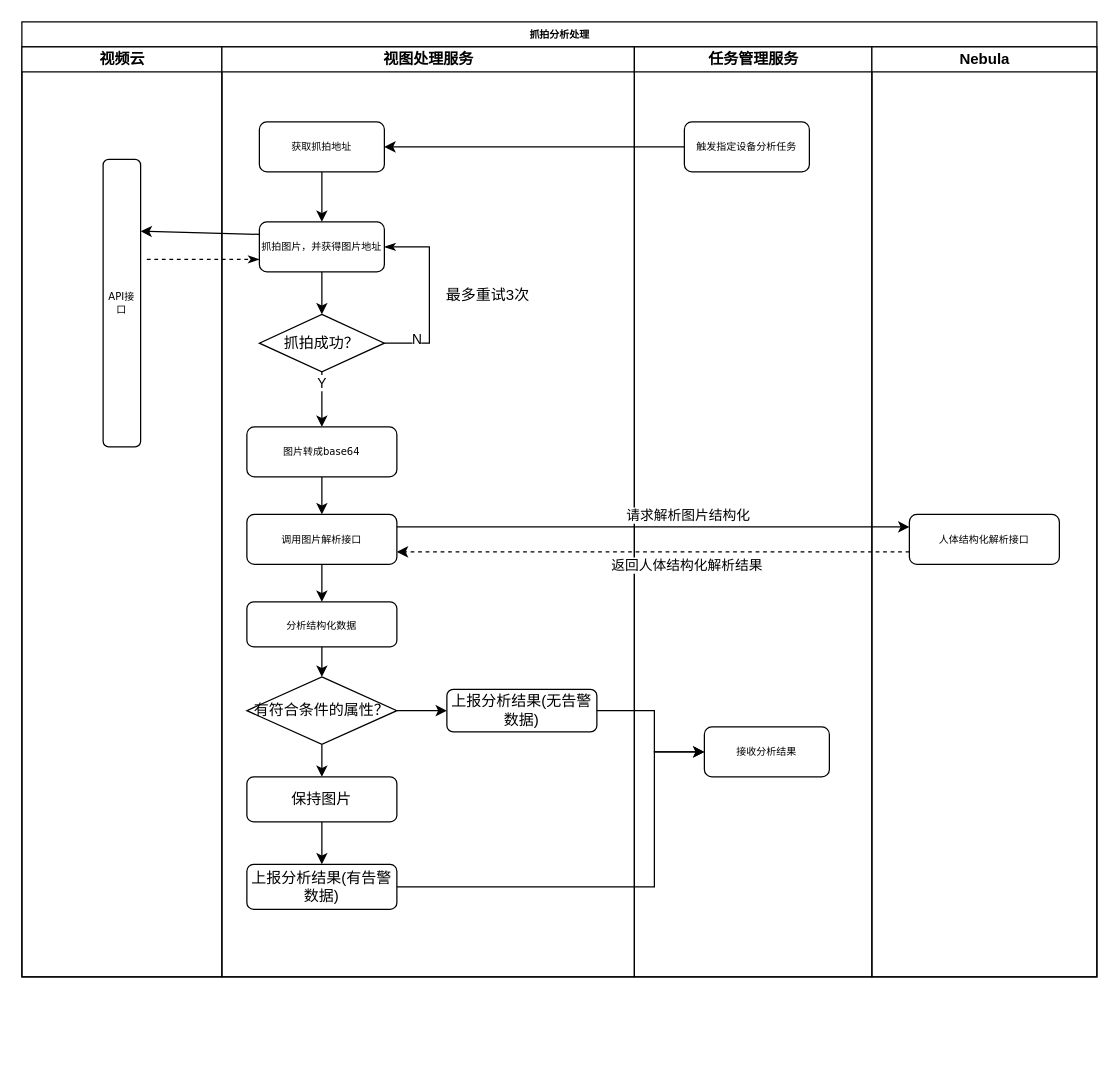
The draw.io diagram page "抓拍分析方案1" (5 of 6) of 设备管理ER图.drawio in liushubao0109/drawio, before the edit. Source tidied: cells renumbered, new cells numbered last; positions are measured from the earlier drawing's top-left corner, leaving out a move shared by most shapes. Both pictures are drawn from the tidied source at 125%, with x=0, y=0 at pixel (21, 21).
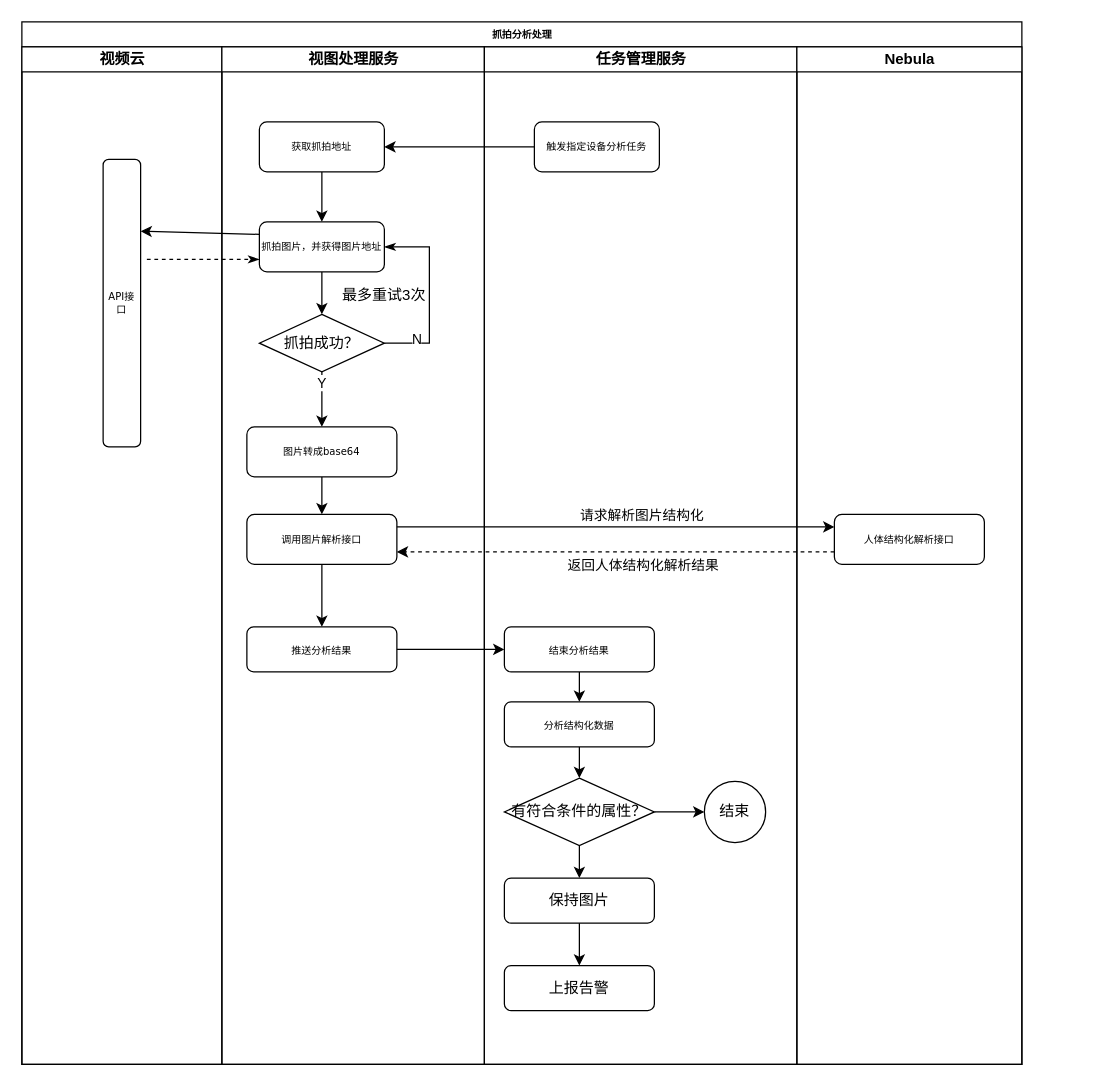
Above is the later version.

Commit message:
Update 设备管理ER图.drawio

The change refers to these unchanged cells:
```xml
<mxCell id="14" value="调用图片解析接口" style="rounded=1;whiteSpace=wrap;html=1;shadow=0;labelBackgroundColor=none;strokeWidth=1;fontFamily=Verdana;fontSize=8;align=center;" parent="6" vertex="1">
  <mxGeometry x="20" y="374" width="120" height="40" as="geometry" />
</mxCell>
```

What changed in the source:
```diff
@@
     <mxCell id="2" value="抓拍分析处理" style="swimlane;html=1;startSize=20;rounded=0;shadow=0;labelBackgroundColor=none;strokeWidth=1;fontFamily=Verdana;fontSize=8;align=center;" parent="1" vertex="1">
-      <mxGeometry width="860" height="764" as="geometry" />
+      <mxGeometry width="800" height="834" as="geometry" />
     </mxCell>
     <mxCell id="3" value="视频云" style="swimlane;html=1;startSize=20;" parent="2" vertex="1">
-      <mxGeometry y="20" width="160" height="744" as="geometry" />
+      <mxGeometry y="20" width="160" height="814" as="geometry" />
     </mxCell>
@@
     <mxCell id="6" value="视图处理服务" style="swimlane;html=1;startSize=20;" parent="2" vertex="1">
-      <mxGeometry x="160" y="20" width="330" height="744" as="geometry" />
+      <mxGeometry x="160" y="20" width="210" height="814" as="geometry" />
     </mxCell>
@@
-    <mxCell id="13" style="edgeStyle=orthogonalEdgeStyle;rounded=0;jettySize=auto;html=1;strokeColor=#000000;strokeWidth=1;" parent="6" edge="1" source="14" target="19">
-      <mxGeometry relative="1" as="geometry" />
-    </mxCell>
+    <mxCell id="42" style="edgeStyle=orthogonalEdgeStyle;rounded=0;jettySize=auto;html=1;strokeColor=#000000;strokeWidth=1;" parent="6" edge="1" source="14" target="43">
+      <mxGeometry relative="1" as="geometry" />
+    </mxCell>
@@
-    <mxCell id="18" style="edgeStyle=orthogonalEdgeStyle;rounded=0;jettySize=auto;html=1;strokeColor=#000000;strokeWidth=1;" parent="6" edge="1" source="19" target="23">
-      <mxGeometry relative="1" as="geometry" />
-    </mxCell>
-    <mxCell id="19" value="&lt;span style=&quot;font-family: Verdana; font-size: 8px;&quot;&gt;分析结构化数据&lt;/span&gt;" style="rounded=1;whiteSpace=wrap;html=1;" parent="6" vertex="1">
-      <mxGeometry x="20" y="444" width="120" height="36" as="geometry" />
-    </mxCell>
-    <mxCell id="20" style="edgeStyle=orthogonalEdgeStyle;rounded=0;jettySize=auto;html=1;strokeColor=#000000;strokeWidth=1;startArrow=none;" parent="6" edge="1" source="26" target="24">
-      <mxGeometry relative="1" as="geometry" />
-    </mxCell>
-    <mxCell id="21" style="edgeStyle=orthogonalEdgeStyle;rounded=0;jettySize=auto;html=1;strokeColor=#000000;strokeWidth=1;" parent="6" edge="1" source="23" target="25">
-      <mxGeometry relative="1" as="geometry" />
-    </mxCell>
-    <mxCell id="22" style="edgeStyle=orthogonalEdgeStyle;rounded=0;jettySize=auto;html=1;strokeColor=#000000;strokeWidth=1;" parent="6" edge="1" source="23" target="26">
-      <mxGeometry relative="1" as="geometry" />
-    </mxCell>
-    <mxCell id="23" value="&lt;span style=&quot;&quot;&gt;有符合条件的属性？&lt;/span&gt;" style="rhombus;whiteSpace=wrap;html=1;" parent="6" vertex="1">
-      <mxGeometry x="20" y="504" width="120" height="54" as="geometry" />
-    </mxCell>
-    <mxCell id="24" value="上报分析结果(有告警数据)" style="rounded=1;whiteSpace=wrap;html=1;" parent="6" vertex="1">
-      <mxGeometry x="20" y="654" width="120" height="36" as="geometry" />
-    </mxCell>
-    <mxCell id="25" value="上报分析结果(无告警数据)" style="rounded=1;whiteSpace=wrap;html=1;" parent="6" vertex="1">
-      <mxGeometry x="180" y="514" width="120" height="34" as="geometry" />
-    </mxCell>
-    <mxCell id="26" value="保持图片" style="rounded=1;whiteSpace=wrap;html=1;" parent="6" vertex="1">
-      <mxGeometry x="20" y="584" width="120" height="36" as="geometry" />
-    </mxCell>
     <mxCell id="27" value="最多重试3次" style="text;html=1;strokeColor=none;fillColor=none;align=center;verticalAlign=middle;whiteSpace=wrap;rounded=0;" parent="6" vertex="1">
-      <mxGeometry x="176" y="184" width="74" height="30" as="geometry" />
+      <mxGeometry x="93" y="184" width="74" height="30" as="geometry" />
     </mxCell>
+    <mxCell id="43" value="&lt;font face=&quot;Verdana&quot;&gt;&lt;span style=&quot;font-size: 8px;&quot;&gt;推送分析结果&lt;/span&gt;&lt;/font&gt;" style="rounded=1;whiteSpace=wrap;html=1;" parent="6" vertex="1">
+      <mxGeometry x="20" y="464" width="120" height="36" as="geometry" />
+    </mxCell>
@@
     <mxCell id="31" value="任务管理服务" style="swimlane;html=1;startSize=20;" parent="2" vertex="1">
-      <mxGeometry x="490" y="20" width="190" height="744" as="geometry" />
+      <mxGeometry x="370" y="20" width="250" height="814" as="geometry" />
     </mxCell>
@@
-    <mxCell id="33" value="接收分析结果" style="rounded=1;whiteSpace=wrap;html=1;shadow=0;labelBackgroundColor=none;strokeWidth=1;fontFamily=Verdana;fontSize=8;align=center;" parent="31" vertex="1">
-      <mxGeometry x="56" y="544" width="100" height="40" as="geometry" />
-    </mxCell>
+    <mxCell id="44" style="edgeStyle=orthogonalEdgeStyle;rounded=0;jettySize=auto;html=1;strokeColor=#000000;strokeWidth=1;" parent="31" edge="1" source="19" target="46">
+      <mxGeometry relative="1" as="geometry" />
+    </mxCell>
+    <mxCell id="19" value="&lt;span style=&quot;font-family: Verdana; font-size: 8px;&quot;&gt;结束分析结果&lt;/span&gt;" style="rounded=1;whiteSpace=wrap;html=1;" parent="31" vertex="1">
+      <mxGeometry x="16" y="464" width="120" height="36" as="geometry" />
+    </mxCell>
+    <mxCell id="23" value="&lt;span style=&quot;&quot;&gt;有符合条件的属性？&lt;/span&gt;" style="rhombus;whiteSpace=wrap;html=1;" parent="31" vertex="1">
+      <mxGeometry x="16" y="585" width="120" height="54" as="geometry" />
+    </mxCell>
+    <mxCell id="18" style="edgeStyle=orthogonalEdgeStyle;rounded=0;jettySize=auto;html=1;strokeColor=#000000;strokeWidth=1;startArrow=none;" parent="31" edge="1" source="46" target="23">
+      <mxGeometry relative="1" as="geometry" />
+    </mxCell>
+    <mxCell id="24" value="上报告警" style="rounded=1;whiteSpace=wrap;html=1;" parent="31" vertex="1">
+      <mxGeometry x="16" y="735" width="120" height="36" as="geometry" />
+    </mxCell>
+    <mxCell id="26" value="保持图片" style="rounded=1;whiteSpace=wrap;html=1;" parent="31" vertex="1">
+      <mxGeometry x="16" y="665" width="120" height="36" as="geometry" />
+    </mxCell>
+    <mxCell id="22" style="edgeStyle=orthogonalEdgeStyle;rounded=0;jettySize=auto;html=1;strokeColor=#000000;strokeWidth=1;" parent="31" edge="1" source="23" target="26">
+      <mxGeometry relative="1" as="geometry" />
+    </mxCell>
+    <mxCell id="20" style="edgeStyle=orthogonalEdgeStyle;rounded=0;jettySize=auto;html=1;strokeColor=#000000;strokeWidth=1;startArrow=none;" parent="31" edge="1" source="26" target="24">
+      <mxGeometry relative="1" as="geometry" />
+    </mxCell>
+    <mxCell id="45" value="结束" style="ellipse;whiteSpace=wrap;html=1;" parent="31" vertex="1">
+      <mxGeometry x="176" y="587.5" width="49" height="49" as="geometry" />
+    </mxCell>
+    <mxCell id="21" style="edgeStyle=orthogonalEdgeStyle;rounded=0;jettySize=auto;html=1;strokeColor=#000000;strokeWidth=1;" parent="31" edge="1" source="23" target="45">
+      <mxGeometry relative="1" as="geometry" />
+    </mxCell>
+    <mxCell id="46" value="&lt;span style=&quot;font-family: Verdana; font-size: 8px;&quot;&gt;分析结构化数据&lt;/span&gt;" style="rounded=1;whiteSpace=wrap;html=1;" parent="31" vertex="1">
+      <mxGeometry x="16" y="524" width="120" height="36" as="geometry" />
+    </mxCell>
     <mxCell id="34" value="Nebula" style="swimlane;html=1;startSize=20;" parent="2" vertex="1">
-      <mxGeometry x="680" y="20" width="180" height="744" as="geometry" />
+      <mxGeometry x="620" y="20" width="180" height="814" as="geometry" />
     </mxCell>
@@
-    <mxCell id="40" style="endArrow=classic;html=1;rounded=0;strokeColor=#000000;strokeWidth=1;exitX=1;exitY=0.5;exitDx=0;exitDy=0;entryX=0;entryY=0.5;entryDx=0;entryDy=0;" parent="2" edge="1" source="24" target="33">
-      <mxGeometry relative="1" as="geometry">
-        <Array as="points">
-          <mxPoint x="506" y="692" />
-          <mxPoint x="506" y="584" />
-        </Array>
-      </mxGeometry>
-    </mxCell>
-    <mxCell id="41" style="endArrow=classic;html=1;rounded=0;entryX=0;entryY=0.5;entryDx=0;entryDy=0;exitX=1;exitY=0.5;exitDx=0;exitDy=0;" parent="2" edge="1" source="25" target="33">
-      <mxGeometry relative="1" as="geometry">
-        <Array as="points">
-          <mxPoint x="506" y="551" />
-          <mxPoint x="506" y="584" />
-        </Array>
-      </mxGeometry>
-    </mxCell>
+    <mxCell id="13" style="edgeStyle=orthogonalEdgeStyle;rounded=0;jettySize=auto;html=1;strokeColor=#000000;strokeWidth=1;exitX=1;exitY=0.5;exitDx=0;exitDy=0;" parent="2" edge="1" source="43" target="19">
+      <mxGeometry relative="1" as="geometry" />
+    </mxCell>
```
